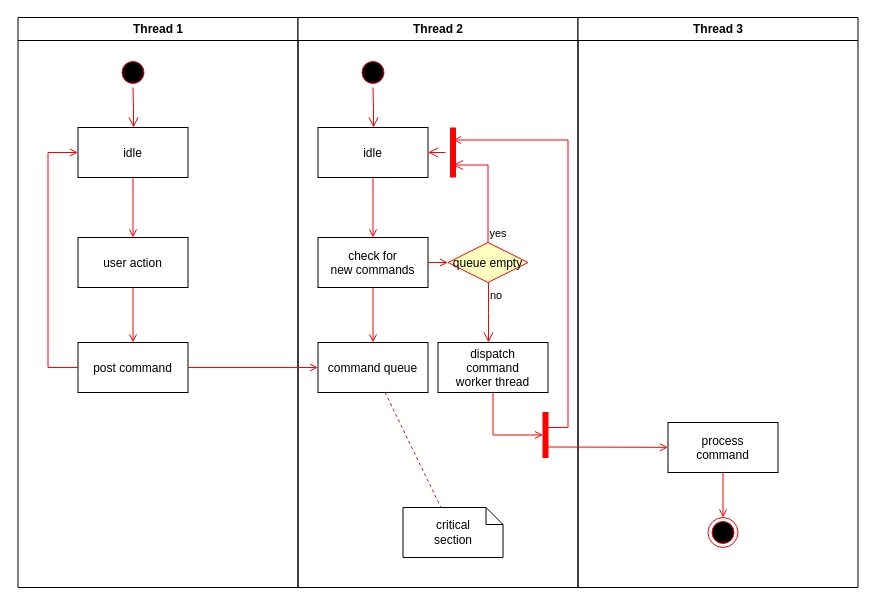
Before: ESC-S25/Untitled Diagram.drawio in Electrium-Mobility/ESC-S25, a draw.io diagram. Source tidied: cells renumbered, new cells numbered last; positions are measured from the earlier drawing's top-left corner, leaving out a move shared by most shapes. Both pictures are drawn from the tidied source at 100%, with x=0, y=0 at pixel (17, 17).
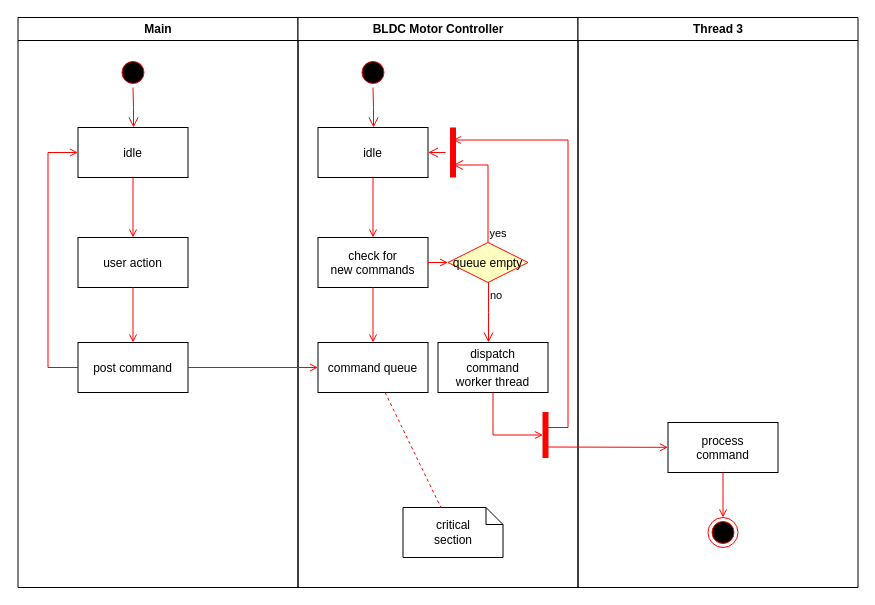
Above is the later version.

Commit message:
Thread Diagram

The edit, as a diff of the source:
```diff
@@
-    <mxCell id="2" value="Thread 1" style="swimlane;whiteSpace=wrap;" parent="1" vertex="1">
+    <mxCell id="2" value="Main" style="swimlane;whiteSpace=wrap;startSize=23;" parent="1" vertex="1">
       <mxGeometry x="0.5" width="280" height="570" as="geometry" />
     </mxCell>
@@
-    <mxCell id="11" value="Thread 2" style="swimlane;whiteSpace=wrap;" parent="1" vertex="1">
+    <mxCell id="11" value="BLDC Motor Controller" style="swimlane;whiteSpace=wrap;" parent="1" vertex="1">
       <mxGeometry x="280.5" width="280" height="570" as="geometry" />
     </mxCell>
```
